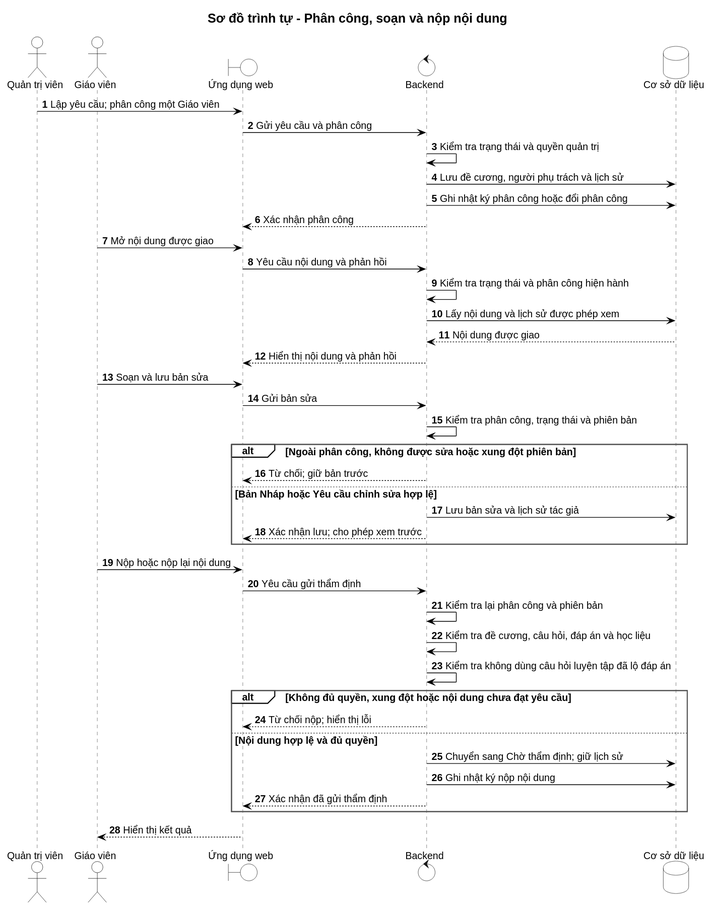
The PlantUML diagram docs/modeling/current-target/rendered/SEQ-03-assignment-authoring-submit.svg in PhamNguyenThanhTung/lingora-workspace, before a commit. Source of this version:
```plantuml
@startuml
!include ../style.puml
title Sơ đồ trình tự - Phân công, soạn và nộp nội dung
autonumber
actor "Quản trị viên" as Admin
actor "Giáo viên" as Teacher
boundary "Ứng dụng web" as Web
control "Backend" as Server
database "Cơ sở dữ liệu" as DB

Admin -> Web : Lập yêu cầu; phân công một Giáo viên
Web -> Server : Gửi yêu cầu và phân công
Server -> Server : Kiểm tra trạng thái và quyền quản trị
Server -> DB : Lưu đề cương, người phụ trách và lịch sử
Server -> DB : Ghi nhật ký phân công hoặc đổi phân công
Server --> Web : Xác nhận phân công

Teacher -> Web : Mở nội dung được giao
Web -> Server : Yêu cầu nội dung và phản hồi
Server -> Server : Kiểm tra trạng thái và phân công hiện hành
Server -> DB : Lấy nội dung và lịch sử được phép xem
DB --> Server : Nội dung được giao
Server --> Web : Hiển thị nội dung và phản hồi
Teacher -> Web : Soạn và lưu bản sửa
Web -> Server : Gửi bản sửa
Server -> Server : Kiểm tra phân công, trạng thái và phiên bản
alt Ngoài phân công, không được sửa hoặc xung đột phiên bản
  Server --> Web : Từ chối; giữ bản trước
else Bản Nháp hoặc Yêu cầu chỉnh sửa hợp lệ
  Server -> DB : Lưu bản sửa và lịch sử tác giả
  Server --> Web : Xác nhận lưu; cho phép xem trước
end

Teacher -> Web : Nộp hoặc nộp lại nội dung
Web -> Server : Yêu cầu gửi thẩm định
Server -> Server : Kiểm tra lại phân công và phiên bản
Server -> Server : Kiểm tra đề cương, câu hỏi, đáp án và học liệu
Server -> Server : Kiểm tra không dùng câu hỏi luyện tập đã lộ đáp án
alt Không đủ quyền, xung đột hoặc nội dung chưa đạt yêu cầu
  Server --> Web : Từ chối nộp; hiển thị lỗi
else Nội dung hợp lệ và đủ quyền
  Server -> DB : Chuyển sang Chờ thẩm định; giữ lịch sử
  Server -> DB : Ghi nhật ký nộp nội dung
  Server --> Web : Xác nhận đã gửi thẩm định
end
Web --> Teacher : Hiển thị kết quả
@enduml
```
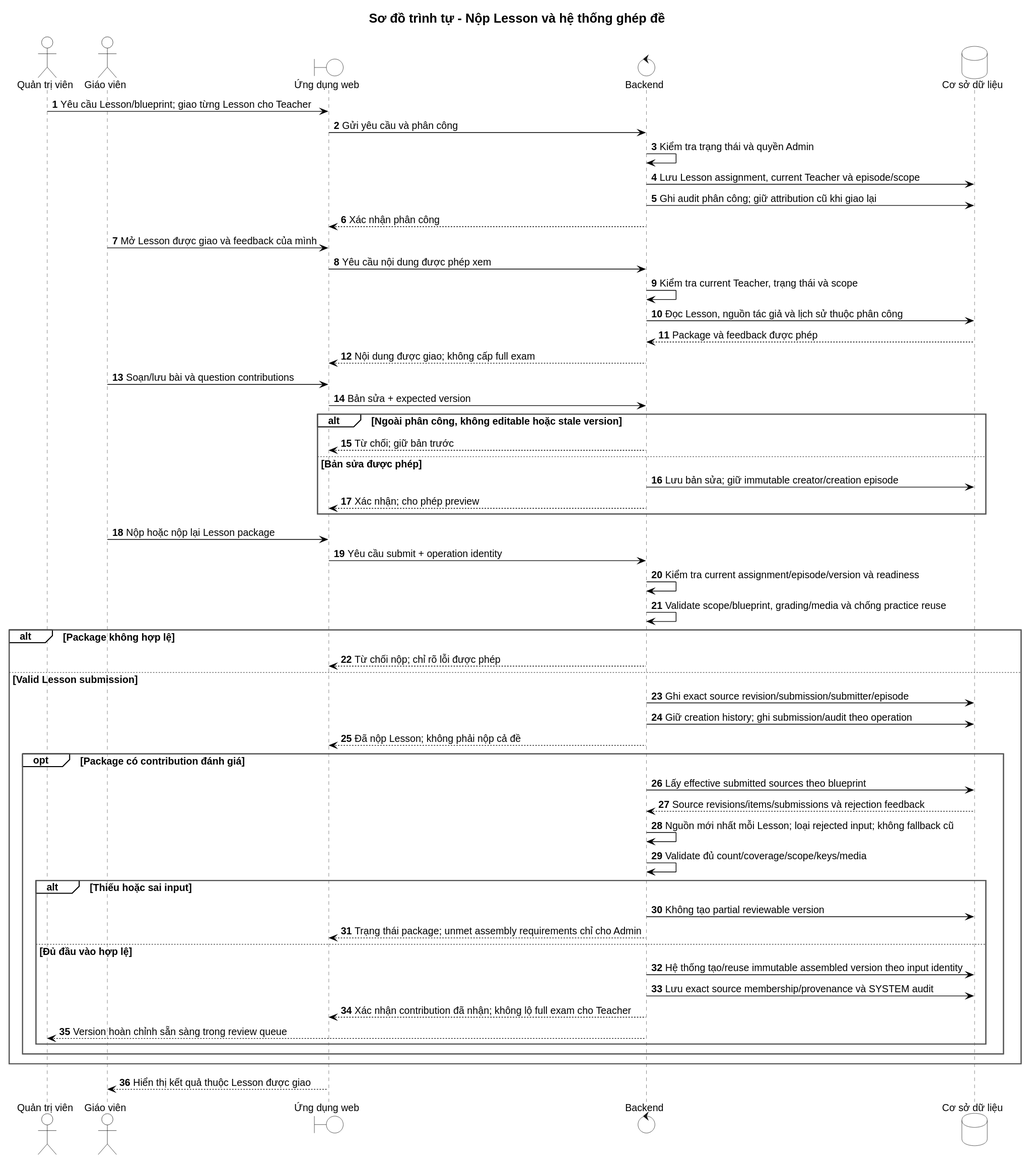
After the commit.

Diff of the diagram source:
```diff
@@ -1,47 +1,57 @@
 @startuml
 !include ../style.puml
-title Sơ đồ trình tự - Phân công, soạn và nộp nội dung
+title Sơ đồ trình tự - Nộp Lesson và hệ thống ghép đề
 autonumber
 actor "Quản trị viên" as Admin
 actor "Giáo viên" as Teacher
 boundary "Ứng dụng web" as Web
 control "Backend" as Server
 database "Cơ sở dữ liệu" as DB
-
-Admin -> Web : Lập yêu cầu; phân công một Giáo viên
+Admin -> Web : Yêu cầu Lesson/blueprint; giao từng Lesson cho Teacher
 Web -> Server : Gửi yêu cầu và phân công
-Server -> Server : Kiểm tra trạng thái và quyền quản trị
-Server -> DB : Lưu đề cương, người phụ trách và lịch sử
-Server -> DB : Ghi nhật ký phân công hoặc đổi phân công
+Server -> Server : Kiểm tra trạng thái và quyền Admin
+Server -> DB : Lưu Lesson assignment, current Teacher và episode/scope
+Server -> DB : Ghi audit phân công; giữ attribution cũ khi giao lại
 Server --> Web : Xác nhận phân công
-
-Teacher -> Web : Mở nội dung được giao
-Web -> Server : Yêu cầu nội dung và phản hồi
-Server -> Server : Kiểm tra trạng thái và phân công hiện hành
-Server -> DB : Lấy nội dung và lịch sử được phép xem
-DB --> Server : Nội dung được giao
-Server --> Web : Hiển thị nội dung và phản hồi
-Teacher -> Web : Soạn và lưu bản sửa
-Web -> Server : Gửi bản sửa
-Server -> Server : Kiểm tra phân công, trạng thái và phiên bản
-alt Ngoài phân công, không được sửa hoặc xung đột phiên bản
+Teacher -> Web : Mở Lesson được giao và feedback của mình
+Web -> Server : Yêu cầu nội dung được phép xem
+Server -> Server : Kiểm tra current Teacher, trạng thái và scope
+Server -> DB : Đọc Lesson, nguồn tác giả và lịch sử thuộc phân công
+DB --> Server : Package và feedback được phép
+Server --> Web : Nội dung được giao; không cấp full exam
+Teacher -> Web : Soạn/lưu bài và question contributions
+Web -> Server : Bản sửa + expected version
+alt Ngoài phân công, không editable hoặc stale version
   Server --> Web : Từ chối; giữ bản trước
-else Bản Nháp hoặc Yêu cầu chỉnh sửa hợp lệ
-  Server -> DB : Lưu bản sửa và lịch sử tác giả
-  Server --> Web : Xác nhận lưu; cho phép xem trước
+else Bản sửa được phép
+  Server -> DB : Lưu bản sửa; giữ immutable creator/creation episode
+  Server --> Web : Xác nhận; cho phép preview
 end
-
-Teacher -> Web : Nộp hoặc nộp lại nội dung
-Web -> Server : Yêu cầu gửi thẩm định
-Server -> Server : Kiểm tra lại phân công và phiên bản
-Server -> Server : Kiểm tra đề cương, câu hỏi, đáp án và học liệu
-Server -> Server : Kiểm tra không dùng câu hỏi luyện tập đã lộ đáp án
-alt Không đủ quyền, xung đột hoặc nội dung chưa đạt yêu cầu
-  Server --> Web : Từ chối nộp; hiển thị lỗi
-else Nội dung hợp lệ và đủ quyền
-  Server -> DB : Chuyển sang Chờ thẩm định; giữ lịch sử
-  Server -> DB : Ghi nhật ký nộp nội dung
-  Server --> Web : Xác nhận đã gửi thẩm định
+Teacher -> Web : Nộp hoặc nộp lại Lesson package
+Web -> Server : Yêu cầu submit + operation identity
+Server -> Server : Kiểm tra current assignment/episode/version và readiness
+Server -> Server : Validate scope/blueprint, grading/media và chống practice reuse
+alt Package không hợp lệ
+  Server --> Web : Từ chối nộp; chỉ rõ lỗi được phép
+else Valid Lesson submission
+  Server -> DB : Ghi exact source revision/submission/submitter/episode
+  Server -> DB : Giữ creation history; ghi submission/audit theo operation
+  Server --> Web : Đã nộp Lesson; không phải nộp cả đề
+  opt Package có contribution đánh giá
+    Server -> DB : Lấy effective submitted sources theo blueprint
+    DB --> Server : Source revisions/items/submissions và rejection feedback
+    Server -> Server : Nguồn mới nhất mỗi Lesson; loại rejected input; không fallback cũ
+    Server -> Server : Validate đủ count/coverage/scope/keys/media
+    alt Thiếu hoặc sai input
+      Server -> DB : Không tạo partial reviewable version
+      Server --> Web : Trạng thái package; unmet assembly requirements chỉ cho Admin
+    else Đủ đầu vào hợp lệ
+      Server -> DB : Hệ thống tạo/reuse immutable assembled version theo input identity
+      Server -> DB : Lưu exact source membership/provenance và SYSTEM audit
+      Server --> Web : Xác nhận contribution đã nhận; không lộ full exam cho Teacher
+      Server --> Admin : Version hoàn chỉnh sẵn sàng trong review queue
+    end
+  end
 end
-Web --> Teacher : Hiển thị kết quả
+Web --> Teacher : Hiển thị kết quả thuộc Lesson được giao
 @enduml
```
